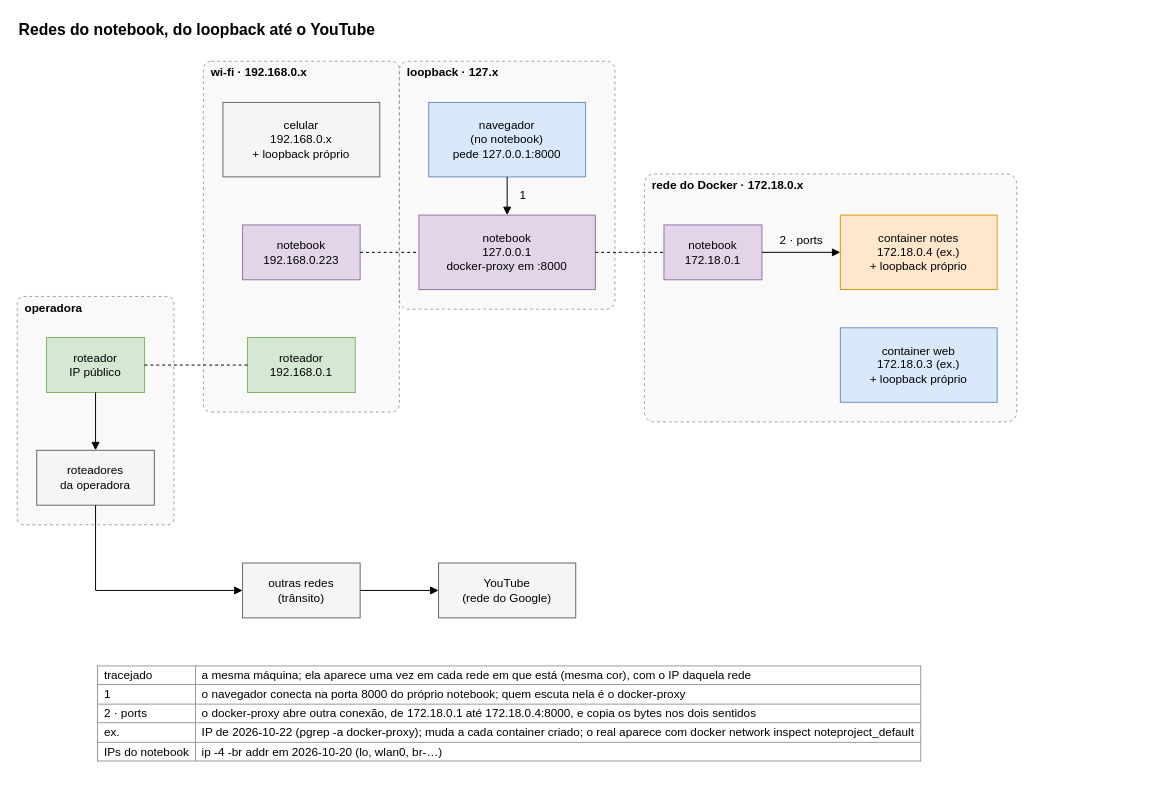
The draw.io diagram ai/kb/diagramas/redes-do-notebook.drawio in LuccaRh/NoteProject, before the edit. Source tidied: cells renumbered, new cells numbered last; positions are measured from the earlier drawing's top-left corner, leaving out a move shared by most shapes. Both pictures are drawn from the tidied source at 98%, with x=0, y=0 at pixel (17, 17).
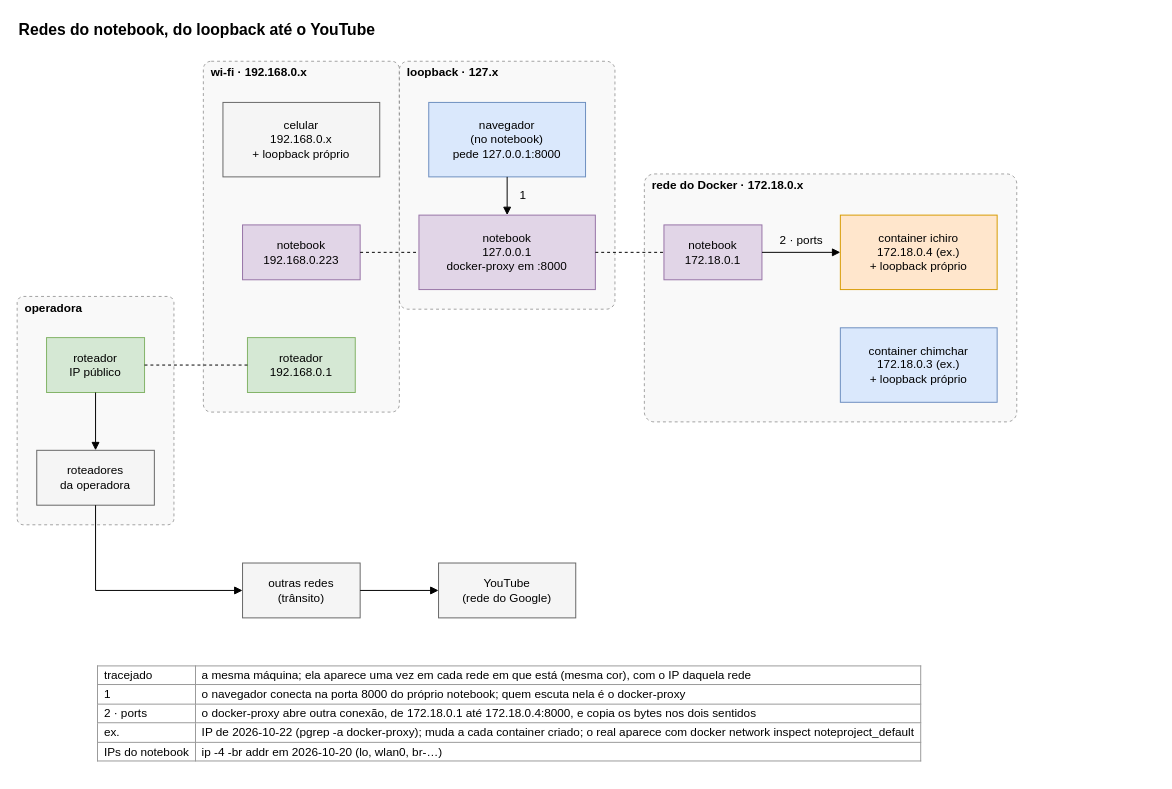
After the change.

What changed in the source:
```diff
@@
-    <mxCell id="15" value="container notes&lt;br&gt;172.18.0.4 (ex.)&lt;br&gt;+ loopback próprio" style="html=1;whiteSpace=wrap;fontSize=12;rounded=0;fillColor=#ffe6cc;strokeColor=#d79b00;" parent="1" vertex="1">
+    <mxCell id="15" value="container ichiro&lt;br&gt;172.18.0.4 (ex.)&lt;br&gt;+ loopback próprio" style="html=1;whiteSpace=wrap;fontSize=12;rounded=0;fillColor=#ffe6cc;strokeColor=#d79b00;" parent="1" vertex="1">
       <mxGeometry x="840" y="202" width="160" height="76" as="geometry" />
     </mxCell>
-    <mxCell id="16" value="container web&lt;br&gt;172.18.0.3 (ex.)&lt;br&gt;+ loopback próprio" style="html=1;whiteSpace=wrap;fontSize=12;rounded=0;fillColor=#dae8fc;strokeColor=#6c8ebf;" parent="1" vertex="1">
+    <mxCell id="16" value="container chimchar&lt;br&gt;172.18.0.3 (ex.)&lt;br&gt;+ loopback próprio" style="html=1;whiteSpace=wrap;fontSize=12;rounded=0;fillColor=#dae8fc;strokeColor=#6c8ebf;" parent="1" vertex="1">
       <mxGeometry x="840" y="317" width="160" height="76" as="geometry" />
     </mxCell>
```
